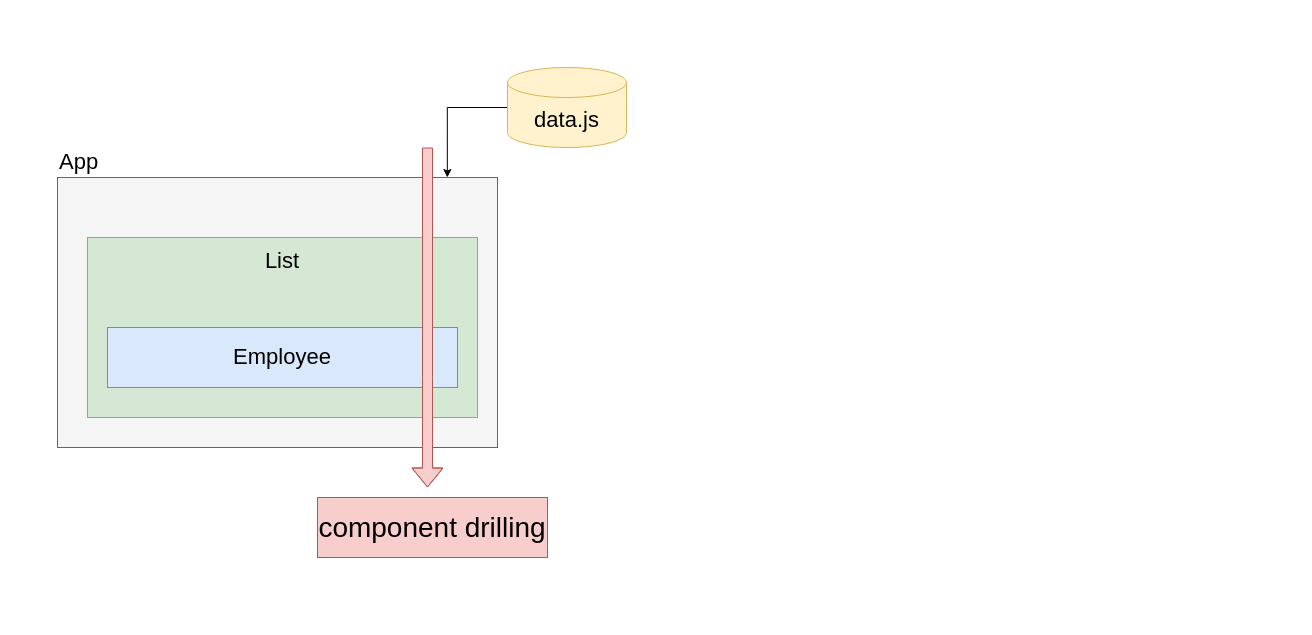
The draw.io diagram day-02/employee.drawio in zcomert/java-react-bootcamp, before the edit. Source tidied: cells renumbered, new cells numbered last; positions are measured from the earlier drawing's top-left corner, leaving out a move shared by most shapes. Both pictures are drawn from the tidied source at 100%, with x=0, y=0 at pixel (57, 67).
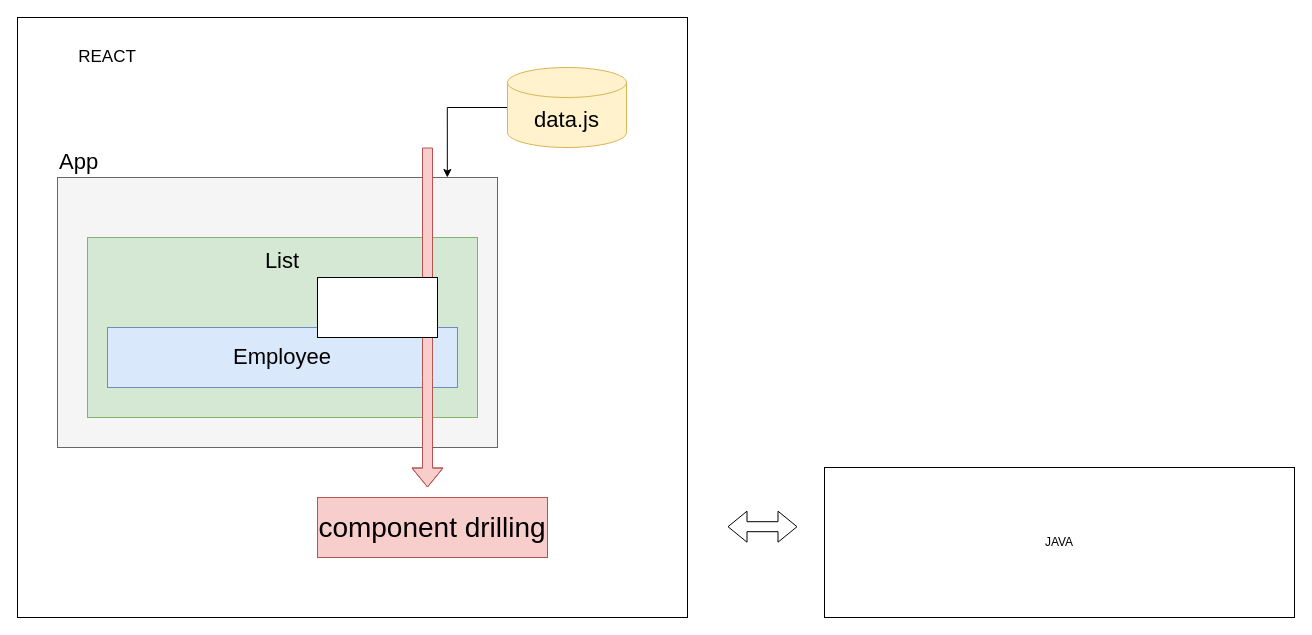
The same diagram, later.

Diff of the diagram source:
```diff
@@
 <mxGraphModel>
   <root>
     <mxCell id="0" />
     <mxCell id="1" parent="0" />
+    <mxCell id="10" style="rounded=0;whiteSpace=wrap;html=1;" parent="1" vertex="1">
+      <mxGeometry x="-40" y="-50" width="670" height="600" as="geometry" />
+    </mxCell>
     <mxCell id="2" style="rounded=0;whiteSpace=wrap;html=1;fillColor=#f5f5f5;strokeColor=#666666;fontColor=#333333;" parent="1" vertex="1">
       <mxGeometry y="110" width="440" height="270" as="geometry" />
     </mxCell>
     <mxCell id="3" value="App" style="text;html=1;strokeColor=none;fillColor=none;align=left;verticalAlign=middle;whiteSpace=wrap;rounded=0;fontSize=22;" parent="1" vertex="1">
       <mxGeometry y="80" width="260" height="30" as="geometry" />
     </mxCell>
     <mxCell id="4" style="edgeStyle=orthogonalEdgeStyle;rounded=0;jettySize=auto;html=1;entryX=0.886;entryY=0;entryDx=0;entryDy=0;entryPerimeter=0;fontSize=22;" parent="1" edge="1" source="5" target="2">
       <mxGeometry relative="1" as="geometry" />
     </mxCell>
     <mxCell id="5" value="data.js" style="shape=cylinder3;whiteSpace=wrap;html=1;boundedLbl=1;backgroundOutline=1;size=15;fontSize=22;align=center;fillColor=#fff2cc;strokeColor=#d6b656;" parent="1" vertex="1">
       <mxGeometry x="450" width="119" height="80" as="geometry" />
     </mxCell>
     <mxCell id="6" value="List&lt;br&gt;&lt;br&gt;&lt;br&gt;&lt;br&gt;&lt;br&gt;&lt;br&gt;" style="rounded=0;whiteSpace=wrap;html=1;fontSize=22;align=center;fillColor=#d5e8d4;strokeColor=#82b366;" parent="1" vertex="1">
       <mxGeometry x="30" y="170" width="390" height="180" as="geometry" />
     </mxCell>
     <mxCell id="7" value="Employee" style="rounded=0;whiteSpace=wrap;html=1;fontSize=22;align=center;fillColor=#dae8fc;strokeColor=#6c8ebf;" parent="1" vertex="1">
       <mxGeometry x="50" y="260" width="350" height="60" as="geometry" />
     </mxCell>
     <mxCell id="8" style="shape=flexArrow;endArrow=classic;html=1;fontSize=22;fillColor=#f8cecc;strokeColor=#b85450;" parent="1" edge="1">
       <mxGeometry relative="1" as="geometry">
         <mxPoint x="370" y="80" as="sourcePoint" />
         <mxPoint x="370" y="420" as="targetPoint" />
         <Array as="points">
           <mxPoint x="370" y="310" />
         </Array>
       </mxGeometry>
     </mxCell>
     <mxCell id="9" value="component drilling" style="text;html=1;strokeColor=#b85450;fillColor=#f8cecc;align=center;verticalAlign=middle;whiteSpace=wrap;rounded=0;fontSize=28;" parent="1" vertex="1">
       <mxGeometry x="260" y="430" width="230" height="60" as="geometry" />
     </mxCell>
+    <mxCell id="11" style="rounded=0;whiteSpace=wrap;html=1;" parent="1" vertex="1">
+      <mxGeometry x="260" y="210" width="120" height="60" as="geometry" />
+    </mxCell>
+    <mxCell id="12" value="REACT" style="text;html=1;strokeColor=none;fillColor=none;align=center;verticalAlign=middle;whiteSpace=wrap;rounded=0;fontSize=17;" parent="1" vertex="1">
+      <mxGeometry y="-20" width="100" height="20" as="geometry" />
+    </mxCell>
+    <mxCell id="13" value="JAVA" style="rounded=0;whiteSpace=wrap;html=1;" parent="1" vertex="1">
+      <mxGeometry x="767" y="400" width="470" height="150" as="geometry" />
+    </mxCell>
+    <mxCell id="14" style="shape=flexArrow;endArrow=classic;startArrow=classic;html=1;fontSize=17;" parent="1" edge="1">
+      <mxGeometry relative="1" as="geometry">
+        <mxPoint x="670" y="459.2" as="sourcePoint" />
+        <mxPoint x="740" y="459.2" as="targetPoint" />
+      </mxGeometry>
+    </mxCell>
   </root>
 </mxGraphModel>
```
